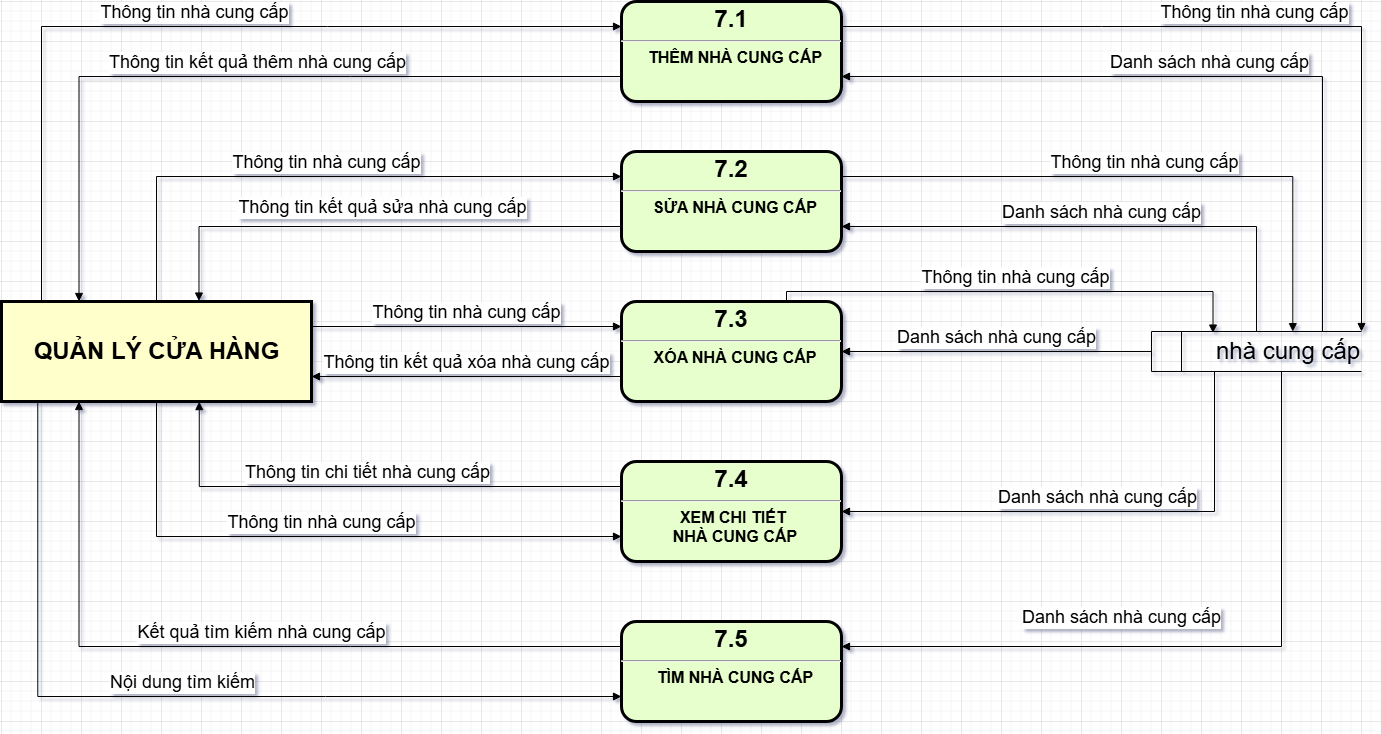
Before: DFD/DFD_NCC_2.drawio.png, a diagram exported from draw.io (phanvu1/PTTKHTTT). Source tidied: cells renumbered, new cells last; positions are measured from the earlier drawing's top-left corner, leaving out a move shared by most shapes. Source of this version:
```xml
<mxGraphModel>
  <root>
    <mxCell id="0" />
    <mxCell id="1" parent="0" />
    <mxCell id="2" value="&lt;p style=&quot;margin: 4px 0px 0px; text-align: center;&quot;&gt;&lt;span style=&quot;font-size: 24px;&quot;&gt;7.1&lt;/span&gt;&lt;/p&gt;&lt;hr&gt;&lt;p style=&quot;margin: 0px; margin-left: 8px;&quot;&gt;&lt;font size=&quot;3&quot;&gt;THÊM NHÀ CUNG CẤP&lt;/font&gt;&lt;/p&gt;" style="verticalAlign=middle;align=center;overflow=fill;fontSize=12;fontFamily=Helvetica;html=1;rounded=1;fontStyle=1;strokeWidth=3;fillColor=#E6FFCC;" parent="1" vertex="1">
      <mxGeometry x="620" width="220" height="100" as="geometry" />
    </mxCell>
    <mxCell id="3" style="group;" parent="1" vertex="1">
      <mxGeometry y="300" width="310" height="100" as="geometry" />
    </mxCell>
    <mxCell id="4" style="whiteSpace=wrap;align=center;verticalAlign=middle;fontStyle=1;strokeWidth=3;fillColor=#FFFFCC;" parent="3" vertex="1">
      <mxGeometry width="310" height="100" as="geometry" />
    </mxCell>
    <mxCell id="5" value="&lt;b&gt;&lt;font style=&quot;font-size: 24px;&quot;&gt;QUẢN LÝ CỬA HÀNG&lt;/font&gt;&lt;/b&gt;" style="text;html=1;align=center;verticalAlign=middle;strokeColor=none;fillColor=none;" parent="3" vertex="1">
      <mxGeometry x="20" y="30" width="270" height="40" as="geometry" />
    </mxCell>
    <mxCell id="6" value="&lt;font style=&quot;font-size: 24px;&quot;&gt;&lt;span style=&quot;white-space: pre;&quot;&gt;&#9;&lt;/span&gt;&amp;nbsp;nhà cung cấp&lt;/font&gt;" style="html=1;dashed=0;whiteSpace=wrap;shape=mxgraph.dfd.dataStoreID;align=left;spacingLeft=3;points=[[0,0],[0.5,0],[1,0],[0,0.5],[1,0.5],[0,1],[0.5,1],[1,1]];verticalAlign=middle;fontFamily=Helvetica;fontSize=12;fontColor=default;fillColor=none;gradientColor=none;" parent="1" vertex="1">
      <mxGeometry x="1150" y="330" width="210" height="40" as="geometry" />
    </mxCell>
    <mxCell id="7" value="&lt;font style=&quot;font-size: 18px;&quot;&gt;Thông tin nhà cung cấp&lt;/font&gt;" style="html=1;verticalAlign=bottom;endArrow=block;rounded=0;entryX=0;entryY=0.25;entryDx=0;entryDy=0;edgeStyle=orthogonalEdgeStyle;" parent="1" edge="1" target="2">
      <mxGeometry relative="1" as="geometry">
        <mxPoint x="40" y="300" as="sourcePoint" />
        <Array as="points">
          <mxPoint x="40" y="25" />
        </Array>
      </mxGeometry>
    </mxCell>
    <mxCell id="8" value="&lt;font style=&quot;font-size: 18px;&quot;&gt;Thông tin kết quả thêm nhà cung cấp&lt;/font&gt;" style="html=1;verticalAlign=bottom;endArrow=block;rounded=0;entryX=0.25;entryY=0;entryDx=0;entryDy=0;exitX=0;exitY=0.75;exitDx=0;exitDy=0;edgeStyle=orthogonalEdgeStyle;" parent="1" edge="1" source="2" target="4">
      <mxGeometry x="-0.05" relative="1" as="geometry" />
    </mxCell>
    <mxCell id="9" value="&lt;p style=&quot;margin: 4px 0px 0px; text-align: center;&quot;&gt;&lt;span style=&quot;font-size: 24px;&quot;&gt;7.2&lt;/span&gt;&lt;/p&gt;&lt;hr&gt;&lt;p style=&quot;margin: 0px; margin-left: 8px;&quot;&gt;&lt;font size=&quot;3&quot;&gt;SỬA NHÀ CUNG CẤP&lt;/font&gt;&lt;/p&gt;" style="verticalAlign=middle;align=center;overflow=fill;fontSize=12;fontFamily=Helvetica;html=1;rounded=1;fontStyle=1;strokeWidth=3;fillColor=#E6FFCC;" parent="1" vertex="1">
      <mxGeometry x="620" y="150" width="220" height="100" as="geometry" />
    </mxCell>
    <mxCell id="10" value="&lt;p style=&quot;margin: 4px 0px 0px; text-align: center;&quot;&gt;&lt;span style=&quot;font-size: 24px;&quot;&gt;7.3&lt;/span&gt;&lt;/p&gt;&lt;hr&gt;&lt;p style=&quot;margin: 0px; margin-left: 8px;&quot;&gt;&lt;font size=&quot;3&quot;&gt;XÓA NHÀ CUNG CẤP&lt;/font&gt;&lt;/p&gt;" style="verticalAlign=middle;align=center;overflow=fill;fontSize=12;fontFamily=Helvetica;html=1;rounded=1;fontStyle=1;strokeWidth=3;fillColor=#E6FFCC;" parent="1" vertex="1">
      <mxGeometry x="620" y="300" width="220" height="100" as="geometry" />
    </mxCell>
    <mxCell id="11" value="&lt;p style=&quot;margin: 4px 0px 0px; text-align: center;&quot;&gt;&lt;span style=&quot;font-size: 24px;&quot;&gt;7.4&lt;/span&gt;&lt;/p&gt;&lt;hr&gt;&lt;p style=&quot;margin: 0px; margin-left: 8px;&quot;&gt;&lt;font size=&quot;3&quot;&gt;XEM CHI TIẾT&amp;nbsp;&lt;/font&gt;&lt;/p&gt;&lt;p style=&quot;margin: 0px; margin-left: 8px;&quot;&gt;&lt;font size=&quot;3&quot;&gt;NHÀ CUNG CẤP&lt;/font&gt;&lt;/p&gt;" style="verticalAlign=middle;align=center;overflow=fill;fontSize=12;fontFamily=Helvetica;html=1;rounded=1;fontStyle=1;strokeWidth=3;fillColor=#E6FFCC;" parent="1" vertex="1">
      <mxGeometry x="620" y="460" width="220" height="100" as="geometry" />
    </mxCell>
    <mxCell id="12" value="&lt;p style=&quot;margin: 4px 0px 0px; text-align: center;&quot;&gt;&lt;span style=&quot;font-size: 24px;&quot;&gt;7.5&lt;/span&gt;&lt;/p&gt;&lt;hr&gt;&lt;p style=&quot;margin: 0px; margin-left: 8px;&quot;&gt;&lt;font size=&quot;3&quot;&gt;TÌM NHÀ CUNG CẤP&lt;/font&gt;&lt;/p&gt;" style="verticalAlign=middle;align=center;overflow=fill;fontSize=12;fontFamily=Helvetica;html=1;rounded=1;fontStyle=1;strokeWidth=3;fillColor=#E6FFCC;" parent="1" vertex="1">
      <mxGeometry x="620" y="620" width="220" height="100" as="geometry" />
    </mxCell>
    <mxCell id="13" value="&lt;font style=&quot;font-size: 18px;&quot;&gt;Thông tin nhà cung cấp&lt;/font&gt;" style="html=1;verticalAlign=bottom;endArrow=block;rounded=0;entryX=0;entryY=0.25;entryDx=0;entryDy=0;exitX=0.5;exitY=0;exitDx=0;exitDy=0;edgeStyle=orthogonalEdgeStyle;" parent="1" edge="1" source="4" target="9">
      <mxGeometry relative="1" as="geometry" />
    </mxCell>
    <mxCell id="14" value="&lt;font style=&quot;font-size: 18px;&quot;&gt;Thông tin kết quả sửa nhà cung cấp&lt;/font&gt;" style="html=1;verticalAlign=bottom;endArrow=block;rounded=0;entryX=0.637;entryY=-0.005;entryDx=0;entryDy=0;entryPerimeter=0;exitX=0;exitY=0.75;exitDx=0;exitDy=0;edgeStyle=orthogonalEdgeStyle;" parent="1" edge="1" source="9" target="4">
      <mxGeometry x="-0.04" y="-5" relative="1" as="geometry" />
    </mxCell>
    <mxCell id="15" value="&lt;font style=&quot;font-size: 18px;&quot;&gt;Thông tin nhà cung cấp&lt;/font&gt;" style="html=1;verticalAlign=bottom;endArrow=block;curved=0;rounded=0;entryX=0;entryY=0.25;entryDx=0;entryDy=0;exitX=1;exitY=0.25;exitDx=0;exitDy=0;" parent="1" edge="1" source="4" target="10">
      <mxGeometry relative="1" as="geometry" />
    </mxCell>
    <mxCell id="16" value="&lt;font style=&quot;font-size: 18px;&quot;&gt;Thông tin kết quả xóa nhà cung cấp&lt;/font&gt;" style="html=1;verticalAlign=bottom;endArrow=block;curved=0;rounded=0;entryX=1;entryY=0.75;entryDx=0;entryDy=0;exitX=0;exitY=0.75;exitDx=0;exitDy=0;" parent="1" edge="1" source="10" target="4">
      <mxGeometry relative="1" as="geometry" />
    </mxCell>
    <mxCell id="17" value="&lt;font style=&quot;font-size: 18px;&quot;&gt;Thông tin nhà cung cấp&lt;/font&gt;" style="html=1;verticalAlign=bottom;endArrow=block;rounded=0;exitX=0.5;exitY=1;exitDx=0;exitDy=0;entryX=0;entryY=0.75;entryDx=0;entryDy=0;edgeStyle=orthogonalEdgeStyle;" parent="1" edge="1" source="4" target="11">
      <mxGeometry relative="1" as="geometry" />
    </mxCell>
    <mxCell id="18" value="&lt;font style=&quot;font-size: 18px;&quot;&gt;Thông tin chi tiết nhà cung cấp&lt;/font&gt;" style="html=1;verticalAlign=bottom;endArrow=block;rounded=0;entryX=0.638;entryY=1.001;entryDx=0;entryDy=0;entryPerimeter=0;exitX=0;exitY=0.25;exitDx=0;exitDy=0;edgeStyle=orthogonalEdgeStyle;" parent="1" edge="1" source="11" target="4">
      <mxGeometry relative="1" as="geometry" />
    </mxCell>
    <mxCell id="19" value="&lt;font style=&quot;font-size: 18px;&quot;&gt;Kết quả tìm kiếm nhà cung cấp&lt;/font&gt;" style="html=1;verticalAlign=bottom;endArrow=block;rounded=0;entryX=0.25;entryY=1;entryDx=0;entryDy=0;exitX=0;exitY=0.25;exitDx=0;exitDy=0;edgeStyle=orthogonalEdgeStyle;" parent="1" edge="1" source="12" target="4">
      <mxGeometry x="-0.09" relative="1" as="geometry" />
    </mxCell>
    <mxCell id="20" value="&lt;font style=&quot;font-size: 18px;&quot;&gt;Nội dung tìm kiếm&lt;/font&gt;" style="html=1;verticalAlign=bottom;endArrow=block;rounded=0;entryX=0;entryY=0.75;entryDx=0;entryDy=0;exitX=0.117;exitY=0.994;exitDx=0;exitDy=0;exitPerimeter=0;edgeStyle=orthogonalEdgeStyle;" parent="1" edge="1" source="4" target="12">
      <mxGeometry relative="1" as="geometry" />
    </mxCell>
    <mxCell id="21" value="&lt;font style=&quot;font-size: 18px;&quot;&gt;Thông tin nhà cung cấp&lt;/font&gt;" style="html=1;verticalAlign=bottom;endArrow=block;rounded=0;exitX=1;exitY=0.25;exitDx=0;exitDy=0;entryX=1;entryY=0;entryDx=0;entryDy=0;edgeStyle=orthogonalEdgeStyle;" parent="1" edge="1" source="2" target="6">
      <mxGeometry relative="1" as="geometry" />
    </mxCell>
    <mxCell id="22" value="&lt;font style=&quot;font-size: 18px;&quot;&gt;Danh sách nhà cung cấp&lt;/font&gt;" style="html=1;verticalAlign=bottom;endArrow=block;rounded=0;edgeStyle=orthogonalEdgeStyle;entryX=1;entryY=0.75;entryDx=0;entryDy=0;" parent="1" edge="1" target="2">
      <mxGeometry relative="1" as="geometry">
        <mxPoint x="1321" y="330" as="sourcePoint" />
        <Array as="points">
          <mxPoint x="1321" y="75" />
        </Array>
      </mxGeometry>
    </mxCell>
    <mxCell id="23" value="&lt;font style=&quot;font-size: 18px;&quot;&gt;Danh sách nhà cung cấp&lt;/font&gt;" style="html=1;verticalAlign=bottom;endArrow=block;rounded=0;edgeStyle=orthogonalEdgeStyle;entryX=1;entryY=0.75;entryDx=0;entryDy=0;exitX=0.5;exitY=0;exitDx=0;exitDy=0;" parent="1" edge="1" source="6" target="9">
      <mxGeometry relative="1" as="geometry">
        <Array as="points">
          <mxPoint x="1255" y="225" />
        </Array>
      </mxGeometry>
    </mxCell>
    <mxCell id="24" value="&lt;font style=&quot;font-size: 18px;&quot;&gt;Thông tin nhà cung cấp&lt;/font&gt;" style="html=1;verticalAlign=bottom;endArrow=block;rounded=0;exitX=1;exitY=0.25;exitDx=0;exitDy=0;entryX=0.673;entryY=0.004;entryDx=0;entryDy=0;edgeStyle=orthogonalEdgeStyle;entryPerimeter=0;" parent="1" edge="1" source="9" target="6">
      <mxGeometry relative="1" as="geometry" />
    </mxCell>
    <mxCell id="25" value="&lt;font style=&quot;font-size: 18px;&quot;&gt;Thông tin nhà cung cấp&lt;/font&gt;" style="html=1;verticalAlign=bottom;endArrow=block;rounded=0;exitX=0.75;exitY=0;exitDx=0;exitDy=0;entryX=0.293;entryY=0.039;entryDx=0;entryDy=0;edgeStyle=orthogonalEdgeStyle;entryPerimeter=0;" parent="1" edge="1" source="10" target="6">
      <mxGeometry relative="1" as="geometry">
        <Array as="points">
          <mxPoint x="785" y="290" />
          <mxPoint x="1212" y="290" />
        </Array>
      </mxGeometry>
    </mxCell>
    <mxCell id="26" value="&lt;span style=&quot;font-size: 18px;&quot;&gt;Danh sách nhà cung cấp&lt;/span&gt;" style="html=1;verticalAlign=bottom;endArrow=block;curved=0;rounded=0;entryX=1;entryY=0.5;entryDx=0;entryDy=0;exitX=0;exitY=0.5;exitDx=0;exitDy=0;" parent="1" edge="1" source="6" target="10">
      <mxGeometry relative="1" as="geometry" />
    </mxCell>
    <mxCell id="27" value="&lt;span style=&quot;font-size: 18px;&quot;&gt;Danh sách nhà cung cấp&lt;/span&gt;" style="html=1;verticalAlign=bottom;endArrow=block;rounded=0;entryX=1;entryY=0.5;entryDx=0;entryDy=0;edgeStyle=orthogonalEdgeStyle;" parent="1" edge="1" target="11">
      <mxGeometry relative="1" as="geometry">
        <mxPoint x="1213" y="370" as="sourcePoint" />
        <Array as="points">
          <mxPoint x="1213" y="510" />
        </Array>
      </mxGeometry>
    </mxCell>
    <mxCell id="28" value="&lt;span style=&quot;font-size: 18px;&quot;&gt;Danh sách nhà cung cấp&lt;/span&gt;" style="html=1;verticalAlign=bottom;endArrow=block;rounded=0;entryX=1;entryY=0.25;entryDx=0;entryDy=0;edgeStyle=orthogonalEdgeStyle;exitX=0.619;exitY=1;exitDx=0;exitDy=0;exitPerimeter=0;" parent="1" edge="1" source="6" target="12">
      <mxGeometry x="0.22" y="-15" relative="1" as="geometry">
        <Array as="points">
          <mxPoint x="1280" y="645" />
        </Array>
      </mxGeometry>
    </mxCell>
  </root>
</mxGraphModel>
```
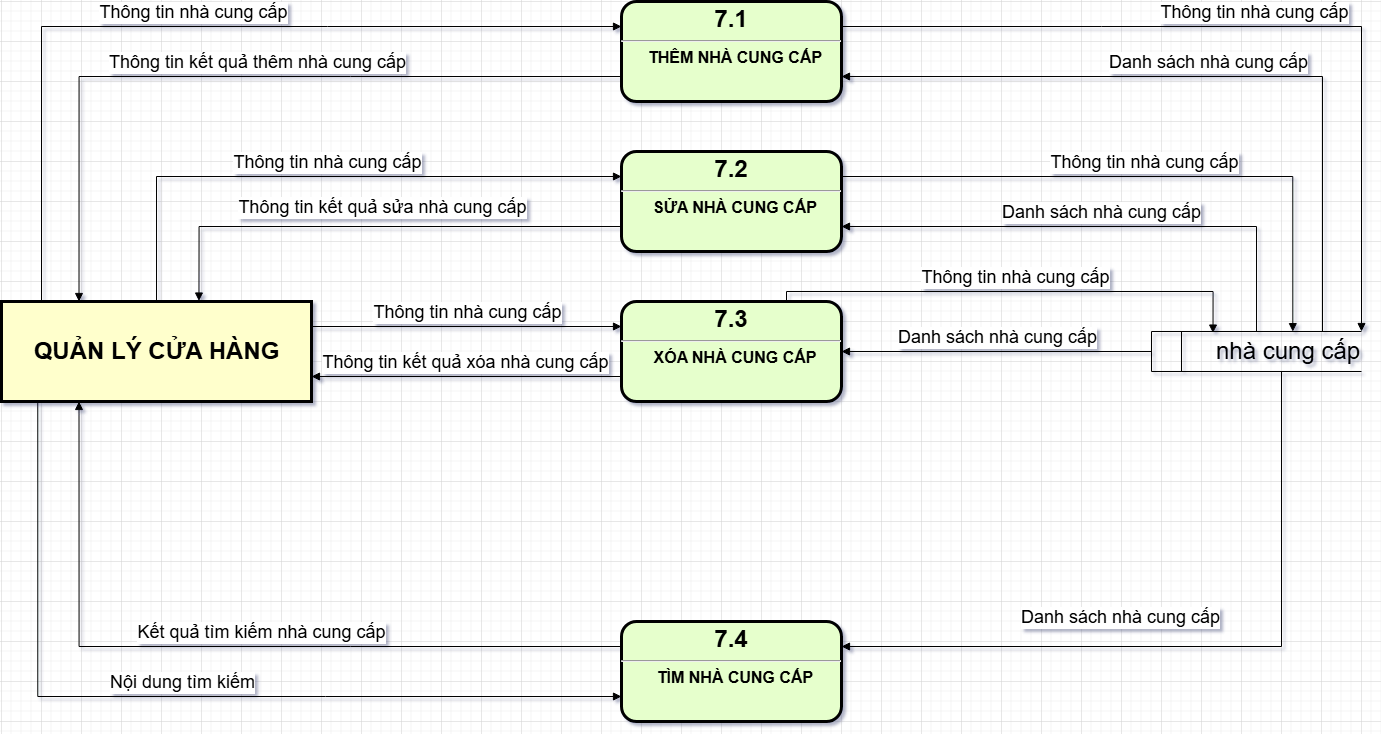
After the commit.

What changed in the source:
```diff
@@ -34,10 +34,7 @@
     <mxCell id="10" value="&lt;p style=&quot;margin: 4px 0px 0px; text-align: center;&quot;&gt;&lt;span style=&quot;font-size: 24px;&quot;&gt;7.3&lt;/span&gt;&lt;/p&gt;&lt;hr&gt;&lt;p style=&quot;margin: 0px; margin-left: 8px;&quot;&gt;&lt;font size=&quot;3&quot;&gt;XÓA NHÀ CUNG CẤP&lt;/font&gt;&lt;/p&gt;" style="verticalAlign=middle;align=center;overflow=fill;fontSize=12;fontFamily=Helvetica;html=1;rounded=1;fontStyle=1;strokeWidth=3;fillColor=#E6FFCC;" parent="1" vertex="1">
       <mxGeometry x="620" y="300" width="220" height="100" as="geometry" />
     </mxCell>
-    <mxCell id="11" value="&lt;p style=&quot;margin: 4px 0px 0px; text-align: center;&quot;&gt;&lt;span style=&quot;font-size: 24px;&quot;&gt;7.4&lt;/span&gt;&lt;/p&gt;&lt;hr&gt;&lt;p style=&quot;margin: 0px; margin-left: 8px;&quot;&gt;&lt;font size=&quot;3&quot;&gt;XEM CHI TIẾT&amp;nbsp;&lt;/font&gt;&lt;/p&gt;&lt;p style=&quot;margin: 0px; margin-left: 8px;&quot;&gt;&lt;font size=&quot;3&quot;&gt;NHÀ CUNG CẤP&lt;/font&gt;&lt;/p&gt;" style="verticalAlign=middle;align=center;overflow=fill;fontSize=12;fontFamily=Helvetica;html=1;rounded=1;fontStyle=1;strokeWidth=3;fillColor=#E6FFCC;" parent="1" vertex="1">
-      <mxGeometry x="620" y="460" width="220" height="100" as="geometry" />
-    </mxCell>
-    <mxCell id="12" value="&lt;p style=&quot;margin: 4px 0px 0px; text-align: center;&quot;&gt;&lt;span style=&quot;font-size: 24px;&quot;&gt;7.5&lt;/span&gt;&lt;/p&gt;&lt;hr&gt;&lt;p style=&quot;margin: 0px; margin-left: 8px;&quot;&gt;&lt;font size=&quot;3&quot;&gt;TÌM NHÀ CUNG CẤP&lt;/font&gt;&lt;/p&gt;" style="verticalAlign=middle;align=center;overflow=fill;fontSize=12;fontFamily=Helvetica;html=1;rounded=1;fontStyle=1;strokeWidth=3;fillColor=#E6FFCC;" parent="1" vertex="1">
+    <mxCell id="12" value="&lt;p style=&quot;margin: 4px 0px 0px; text-align: center;&quot;&gt;&lt;span style=&quot;font-size: 24px;&quot;&gt;7.4&lt;/span&gt;&lt;/p&gt;&lt;hr&gt;&lt;p style=&quot;margin: 0px; margin-left: 8px;&quot;&gt;&lt;font size=&quot;3&quot;&gt;TÌM NHÀ CUNG CẤP&lt;/font&gt;&lt;/p&gt;" style="verticalAlign=middle;align=center;overflow=fill;fontSize=12;fontFamily=Helvetica;html=1;rounded=1;fontStyle=1;strokeWidth=3;fillColor=#E6FFCC;" parent="1" vertex="1">
       <mxGeometry x="620" y="620" width="220" height="100" as="geometry" />
     </mxCell>
     <mxCell id="13" value="&lt;font style=&quot;font-size: 18px;&quot;&gt;Thông tin nhà cung cấp&lt;/font&gt;" style="html=1;verticalAlign=bottom;endArrow=block;rounded=0;entryX=0;entryY=0.25;entryDx=0;entryDy=0;exitX=0.5;exitY=0;exitDx=0;exitDy=0;edgeStyle=orthogonalEdgeStyle;" parent="1" edge="1" source="4" target="9">
@@ -52,12 +49,6 @@
     <mxCell id="16" value="&lt;font style=&quot;font-size: 18px;&quot;&gt;Thông tin kết quả xóa nhà cung cấp&lt;/font&gt;" style="html=1;verticalAlign=bottom;endArrow=block;curved=0;rounded=0;entryX=1;entryY=0.75;entryDx=0;entryDy=0;exitX=0;exitY=0.75;exitDx=0;exitDy=0;" parent="1" edge="1" source="10" target="4">
       <mxGeometry relative="1" as="geometry" />
     </mxCell>
-    <mxCell id="17" value="&lt;font style=&quot;font-size: 18px;&quot;&gt;Thông tin nhà cung cấp&lt;/font&gt;" style="html=1;verticalAlign=bottom;endArrow=block;rounded=0;exitX=0.5;exitY=1;exitDx=0;exitDy=0;entryX=0;entryY=0.75;entryDx=0;entryDy=0;edgeStyle=orthogonalEdgeStyle;" parent="1" edge="1" source="4" target="11">
-      <mxGeometry relative="1" as="geometry" />
-    </mxCell>
-    <mxCell id="18" value="&lt;font style=&quot;font-size: 18px;&quot;&gt;Thông tin chi tiết nhà cung cấp&lt;/font&gt;" style="html=1;verticalAlign=bottom;endArrow=block;rounded=0;entryX=0.638;entryY=1.001;entryDx=0;entryDy=0;entryPerimeter=0;exitX=0;exitY=0.25;exitDx=0;exitDy=0;edgeStyle=orthogonalEdgeStyle;" parent="1" edge="1" source="11" target="4">
-      <mxGeometry relative="1" as="geometry" />
-    </mxCell>
     <mxCell id="19" value="&lt;font style=&quot;font-size: 18px;&quot;&gt;Kết quả tìm kiếm nhà cung cấp&lt;/font&gt;" style="html=1;verticalAlign=bottom;endArrow=block;rounded=0;entryX=0.25;entryY=1;entryDx=0;entryDy=0;exitX=0;exitY=0.25;exitDx=0;exitDy=0;edgeStyle=orthogonalEdgeStyle;" parent="1" edge="1" source="12" target="4">
       <mxGeometry x="-0.09" relative="1" as="geometry" />
     </mxCell>
@@ -96,14 +87,6 @@
     <mxCell id="26" value="&lt;span style=&quot;font-size: 18px;&quot;&gt;Danh sách nhà cung cấp&lt;/span&gt;" style="html=1;verticalAlign=bottom;endArrow=block;curved=0;rounded=0;entryX=1;entryY=0.5;entryDx=0;entryDy=0;exitX=0;exitY=0.5;exitDx=0;exitDy=0;" parent="1" edge="1" source="6" target="10">
       <mxGeometry relative="1" as="geometry" />
     </mxCell>
-    <mxCell id="27" value="&lt;span style=&quot;font-size: 18px;&quot;&gt;Danh sách nhà cung cấp&lt;/span&gt;" style="html=1;verticalAlign=bottom;endArrow=block;rounded=0;entryX=1;entryY=0.5;entryDx=0;entryDy=0;edgeStyle=orthogonalEdgeStyle;" parent="1" edge="1" target="11">
-      <mxGeometry relative="1" as="geometry">
-        <mxPoint x="1213" y="370" as="sourcePoint" />
-        <Array as="points">
-          <mxPoint x="1213" y="510" />
-        </Array>
-      </mxGeometry>
-    </mxCell>
     <mxCell id="28" value="&lt;span style=&quot;font-size: 18px;&quot;&gt;Danh sách nhà cung cấp&lt;/span&gt;" style="html=1;verticalAlign=bottom;endArrow=block;rounded=0;entryX=1;entryY=0.25;entryDx=0;entryDy=0;edgeStyle=orthogonalEdgeStyle;exitX=0.619;exitY=1;exitDx=0;exitDy=0;exitPerimeter=0;" parent="1" edge="1" source="6" target="12">
       <mxGeometry x="0.22" y="-15" relative="1" as="geometry">
         <Array as="points">
```
